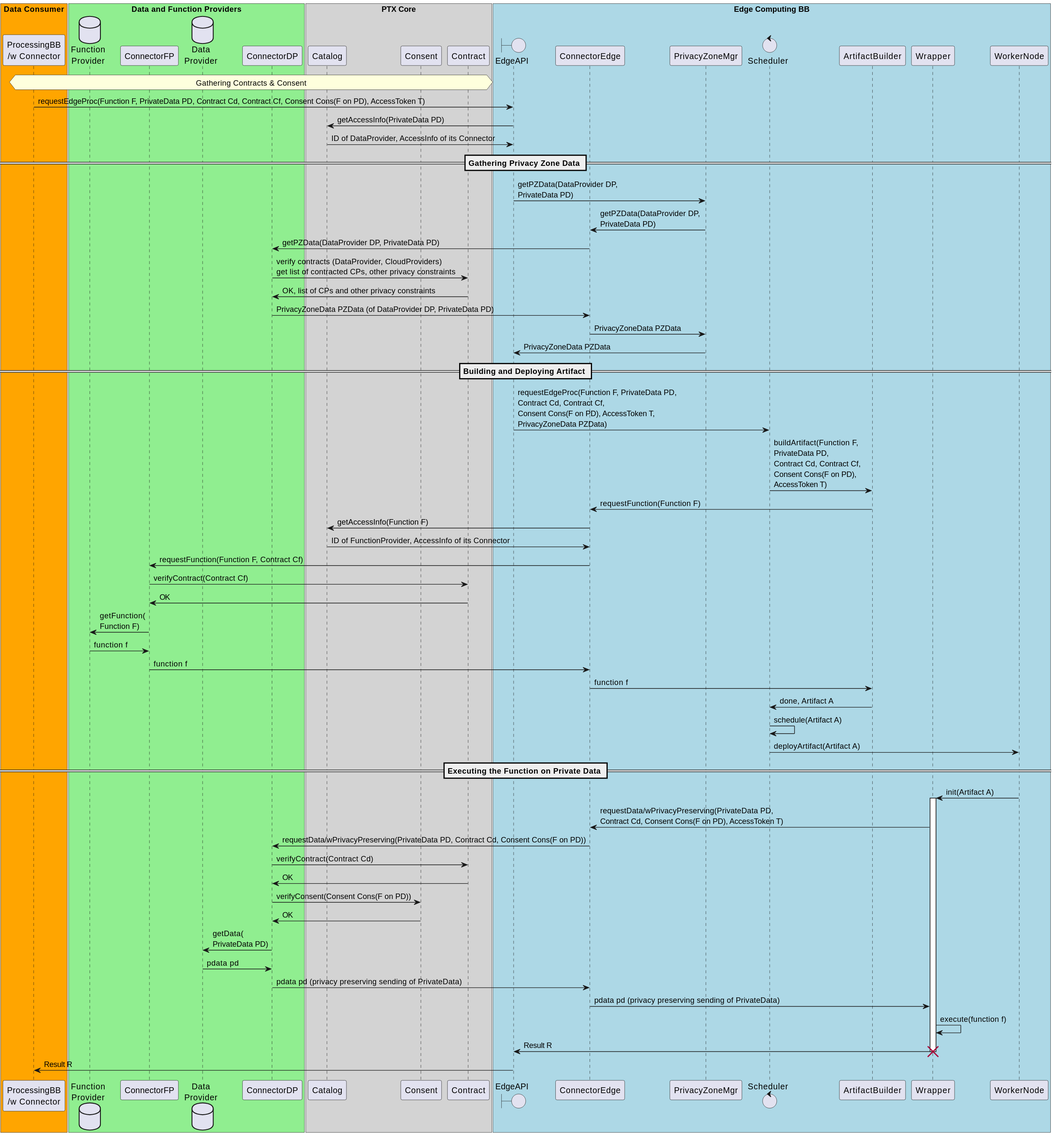
This is docs/diagrams/edge-computing-bb-seq-diag.svg from Prometheus-X-association/edge-computing, a PlantUML export, as it was before one commit.
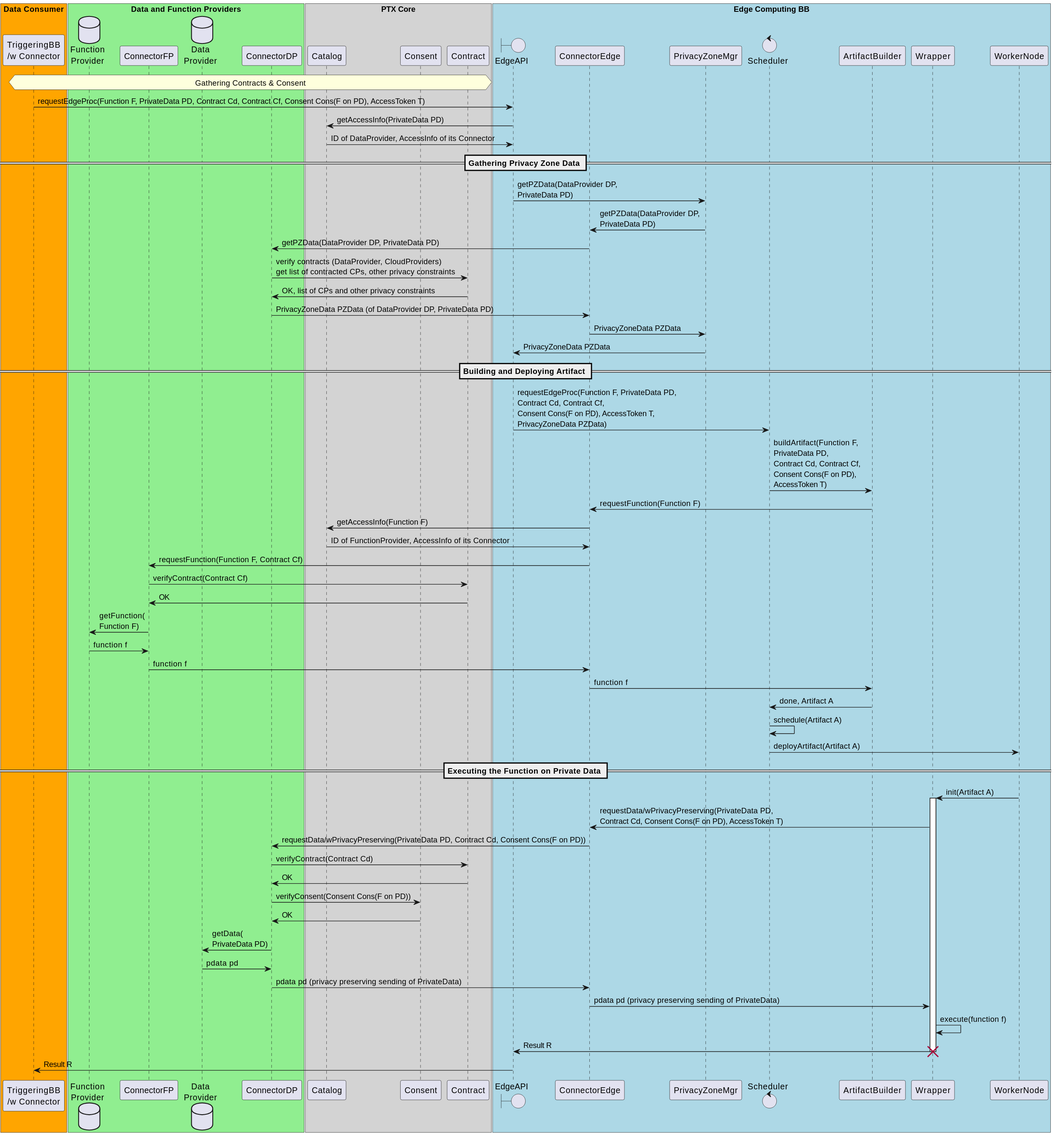
Above is the later version.

Commit message:
change ProcessingBB to TriggeringBB

Diff of the diagram source:
```diff
@@ -1,6 +1,6 @@
 @startuml
 box "Data Consumer" #Orange
-    participant "ProcessingBB\n/w Connector" as ProcessingBB order 5
+    participant "TriggeringBB\n/w Connector" as TriggeringBB order 5
 end box
 box "Data and Function Providers" #LightGreen
     database "Function\nProvider" as FunctionProvider order 10
@@ -23,9 +23,9 @@
     participant WorkerNode order 110
 end box
 
-hnote over ProcessingBB, Contract: Gathering Contracts & Consent
+hnote over TriggeringBB, Contract: Gathering Contracts & Consent
 
-ProcessingBB -> EdgeAPI : requestEdgeProc(Function F, PrivateData PD, Contract Cd, Contract Cf, Consent Cons(F on PD), AccessToken T)
+TriggeringBB -> EdgeAPI : requestEdgeProc(Function F, PrivateData PD, Contract Cd, Contract Cf, Consent Cons(F on PD), AccessToken T)
 EdgeAPI -> Catalog : getAccessInfo(PrivateData PD)
 Catalog -> EdgeAPI : ID of DataProvider, AccessInfo of its Connector
 
@@ -76,5 +76,5 @@
 Wrapper -> Wrapper : execute(function f)
 Wrapper -> EdgeAPI : Result R
 destroy Wrapper
-EdgeAPI -> ProcessingBB : Result R
+EdgeAPI -> TriggeringBB : Result R
 @enduml
```
